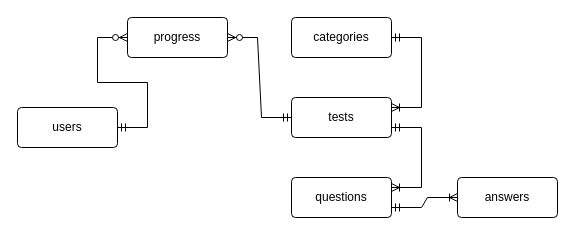
Above: ER Diagram.drawio in kerni2/RoR-base (draw.io), before the change. Source tidied: cells renumbered, new cells numbered last; positions are measured from the earlier drawing's top-left corner, leaving out a move shared by most shapes. Both pictures are drawn from the tidied source at 100%, with x=0, y=0 at pixel (17, 17).
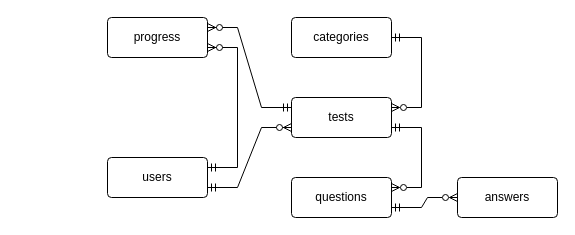
Above is the later version.

Diff of the diagram source:
```diff
@@
 <mxGraphModel>
   <root>
     <mxCell id="0" />
     <mxCell id="1" parent="0" />
     <mxCell id="2" value="answers" style="rounded=1;arcSize=10;whiteSpace=wrap;html=1;align=center;" parent="1" vertex="1">
       <mxGeometry x="440" y="160" width="100" height="40" as="geometry" />
     </mxCell>
     <mxCell id="3" value="categories" style="rounded=1;arcSize=10;whiteSpace=wrap;html=1;align=center;" parent="1" vertex="1">
       <mxGeometry x="274" width="100" height="40" as="geometry" />
     </mxCell>
     <mxCell id="4" value="questions" style="rounded=1;arcSize=10;whiteSpace=wrap;html=1;align=center;" parent="1" vertex="1">
       <mxGeometry x="274" y="160" width="100" height="40" as="geometry" />
     </mxCell>
     <mxCell id="5" value="users" style="rounded=1;arcSize=10;whiteSpace=wrap;html=1;align=center;" parent="1" vertex="1">
-      <mxGeometry y="90" width="100" height="40" as="geometry" />
+      <mxGeometry x="90" y="140" width="100" height="40" as="geometry" />
     </mxCell>
     <mxCell id="6" value="progress" style="rounded=1;arcSize=10;whiteSpace=wrap;html=1;align=center;" parent="1" vertex="1">
-      <mxGeometry x="110" width="100" height="40" as="geometry" />
+      <mxGeometry x="90" width="100" height="40" as="geometry" />
     </mxCell>
     <mxCell id="7" value="tests" style="rounded=1;arcSize=10;whiteSpace=wrap;html=1;align=center;" parent="1" vertex="1">
       <mxGeometry x="274" y="80" width="100" height="40" as="geometry" />
     </mxCell>
-    <mxCell id="8" style="edgeStyle=entityRelationEdgeStyle;fontSize=12;html=1;endArrow=ERoneToMany;startArrow=ERmandOne;rounded=0;exitX=1;exitY=0.5;exitDx=0;exitDy=0;entryX=1;entryY=0.25;entryDx=0;entryDy=0;" parent="1" edge="1" source="3" target="7">
+    <mxCell id="8" style="edgeStyle=entityRelationEdgeStyle;fontSize=12;html=1;endArrow=ERzeroToMany;startArrow=ERmandOne;rounded=0;exitX=1;exitY=0.5;exitDx=0;exitDy=0;entryX=1;entryY=0.25;entryDx=0;entryDy=0;endFill=0;" parent="1" edge="1" source="3" target="7">
       <mxGeometry relative="1" as="geometry" />
     </mxCell>
-    <mxCell id="9" style="edgeStyle=entityRelationEdgeStyle;fontSize=12;html=1;endArrow=ERoneToMany;startArrow=ERmandOne;rounded=0;exitX=1;exitY=0.75;exitDx=0;exitDy=0;entryX=0;entryY=0.5;entryDx=0;entryDy=0;" parent="1" edge="1" source="4" target="2">
+    <mxCell id="9" style="edgeStyle=entityRelationEdgeStyle;fontSize=12;html=1;endArrow=ERzeroToMany;startArrow=ERmandOne;rounded=0;exitX=1;exitY=0.75;exitDx=0;exitDy=0;entryX=0;entryY=0.5;entryDx=0;entryDy=0;endFill=0;" parent="1" edge="1" source="4" target="2">
       <mxGeometry relative="1" as="geometry" />
     </mxCell>
-    <mxCell id="10" style="edgeStyle=entityRelationEdgeStyle;fontSize=12;html=1;endArrow=ERoneToMany;startArrow=ERmandOne;rounded=0;entryX=1;entryY=0.25;entryDx=0;entryDy=0;exitX=1;exitY=0.75;exitDx=0;exitDy=0;" parent="1" edge="1" source="7" target="4">
+    <mxCell id="10" style="edgeStyle=entityRelationEdgeStyle;fontSize=12;html=1;endArrow=ERzeroToMany;startArrow=ERmandOne;rounded=0;entryX=1;entryY=0.25;entryDx=0;entryDy=0;exitX=1;exitY=0.75;exitDx=0;exitDy=0;endFill=0;" parent="1" edge="1" source="7" target="4">
       <mxGeometry relative="1" as="geometry" />
     </mxCell>
-    <mxCell id="11" style="edgeStyle=entityRelationEdgeStyle;fontSize=12;html=1;endArrow=ERzeroToMany;startArrow=ERmandOne;rounded=0;entryX=1;entryY=0.5;entryDx=0;entryDy=0;exitX=0;exitY=0.5;exitDx=0;exitDy=0;" parent="1" edge="1" source="7" target="6">
+    <mxCell id="11" style="edgeStyle=entityRelationEdgeStyle;fontSize=12;html=1;endArrow=ERzeroToMany;startArrow=ERmandOne;rounded=0;exitX=0;exitY=0.25;exitDx=0;exitDy=0;entryX=1;entryY=0.25;entryDx=0;entryDy=0;" parent="1" edge="1" source="7" target="6">
       <mxGeometry relative="1" as="geometry" />
     </mxCell>
-    <mxCell id="12" style="edgeStyle=entityRelationEdgeStyle;fontSize=12;html=1;endArrow=ERzeroToMany;startArrow=ERmandOne;rounded=0;entryX=0;entryY=0.5;entryDx=0;entryDy=0;exitX=1;exitY=0.5;exitDx=0;exitDy=0;" parent="1" edge="1" source="5" target="6">
+    <mxCell id="12" style="edgeStyle=entityRelationEdgeStyle;fontSize=12;html=1;endArrow=ERzeroToMany;startArrow=ERmandOne;rounded=0;entryX=1;entryY=0.75;entryDx=0;entryDy=0;exitX=1;exitY=0.25;exitDx=0;exitDy=0;" parent="1" edge="1" source="5" target="6">
       <mxGeometry relative="1" as="geometry" />
     </mxCell>
+    <mxCell id="13" style="edgeStyle=entityRelationEdgeStyle;fontSize=12;html=1;endArrow=ERzeroToMany;startArrow=ERmandOne;rounded=0;entryX=0;entryY=0.75;entryDx=0;entryDy=0;exitX=1;exitY=0.75;exitDx=0;exitDy=0;" parent="1" edge="1" source="5" target="7">
+      <mxGeometry relative="1" as="geometry" />
+    </mxCell>
   </root>
 </mxGraphModel>
```
